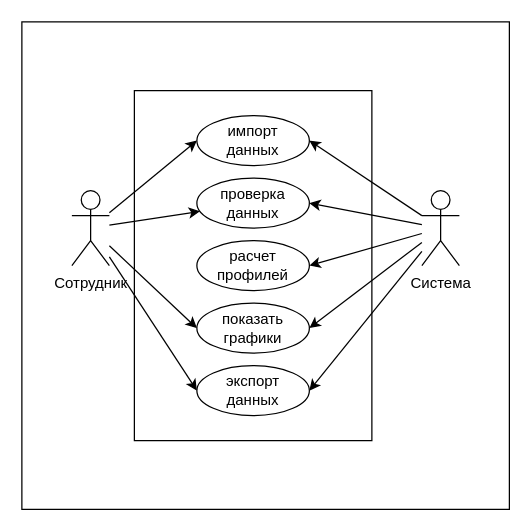
This is page "Use_case" (4 of 5) of UML diagramms.drawio from KonstantinBatrakov/BPMN_EPC_IDEF0_UML, a draw.io file, before an edit. Source tidied: cells renumbered, new cells numbered last; positions are measured from the earlier drawing's top-left corner, leaving out a move shared by most shapes. Both pictures are drawn from the tidied source at 125%, with x=0, y=0 at pixel (21, 21).
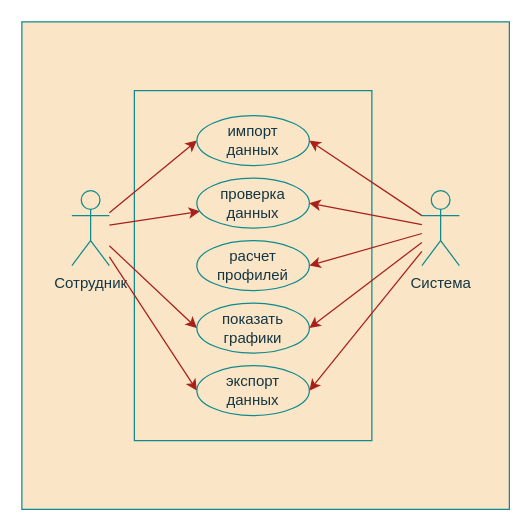
After the change.

The edit, as a diff of the source:
```diff
@@
 <mxGraphModel>
   <root>
     <mxCell id="0" />
     <mxCell id="1" parent="0" />
-    <mxCell id="2" style="rounded=0;whiteSpace=wrap;html=1;" parent="1" vertex="1">
+    <mxCell id="2" style="rounded=0;whiteSpace=wrap;html=1;labelBackgroundColor=none;fillColor=#FAE5C7;strokeColor=#0F8B8D;fontColor=#143642;" parent="1" vertex="1">
       <mxGeometry width="390" height="390" as="geometry" />
     </mxCell>
-    <mxCell id="3" style="rounded=0;whiteSpace=wrap;html=1;" parent="1" vertex="1">
+    <mxCell id="3" style="rounded=0;whiteSpace=wrap;html=1;labelBackgroundColor=none;fillColor=#FAE5C7;strokeColor=#0F8B8D;fontColor=#143642;" parent="1" vertex="1">
       <mxGeometry x="90" y="55" width="190" height="280" as="geometry" />
     </mxCell>
-    <mxCell id="4" style="rounded=0;jettySize=auto;html=1;entryX=0;entryY=0.5;entryDx=0;entryDy=0;" parent="1" edge="1" source="8" target="15">
+    <mxCell id="4" style="rounded=0;jettySize=auto;html=1;entryX=0;entryY=0.5;entryDx=0;entryDy=0;labelBackgroundColor=none;strokeColor=#A8201A;fontColor=default;" parent="1" edge="1" source="8" target="15">
       <mxGeometry relative="1" as="geometry" />
     </mxCell>
-    <mxCell id="5" style="rounded=0;jettySize=auto;html=1;" parent="1" edge="1" source="8" target="16">
+    <mxCell id="5" style="rounded=0;jettySize=auto;html=1;labelBackgroundColor=none;strokeColor=#A8201A;fontColor=default;" parent="1" edge="1" source="8" target="16">
       <mxGeometry relative="1" as="geometry" />
     </mxCell>
-    <mxCell id="6" style="jettySize=auto;html=1;entryX=0;entryY=0.5;entryDx=0;entryDy=0;" parent="1" edge="1" source="8" target="18">
+    <mxCell id="6" style="jettySize=auto;html=1;entryX=0;entryY=0.5;entryDx=0;entryDy=0;labelBackgroundColor=none;strokeColor=#A8201A;fontColor=default;" parent="1" edge="1" source="8" target="18">
       <mxGeometry relative="1" as="geometry" />
     </mxCell>
-    <mxCell id="7" style="jettySize=auto;html=1;entryX=0;entryY=0.5;entryDx=0;entryDy=0;" parent="1" edge="1" source="8" target="19">
+    <mxCell id="7" style="jettySize=auto;html=1;entryX=0;entryY=0.5;entryDx=0;entryDy=0;labelBackgroundColor=none;strokeColor=#A8201A;fontColor=default;" parent="1" edge="1" source="8" target="19">
       <mxGeometry relative="1" as="geometry" />
     </mxCell>
-    <mxCell id="8" value="Сотрудник" style="shape=umlActor;verticalLabelPosition=bottom;verticalAlign=top;html=1;outlineConnect=0;rounded=0;" parent="1" vertex="1">
+    <mxCell id="8" value="Сотрудник" style="shape=umlActor;verticalLabelPosition=bottom;verticalAlign=top;html=1;outlineConnect=0;rounded=0;labelBackgroundColor=none;fillColor=#FAE5C7;strokeColor=#0F8B8D;fontColor=#143642;" parent="1" vertex="1">
       <mxGeometry x="40" y="135" width="30" height="60" as="geometry" />
     </mxCell>
-    <mxCell id="9" style="jettySize=auto;html=1;entryX=1;entryY=0.5;entryDx=0;entryDy=0;" parent="1" edge="1" source="14" target="15">
+    <mxCell id="9" style="jettySize=auto;html=1;entryX=1;entryY=0.5;entryDx=0;entryDy=0;labelBackgroundColor=none;strokeColor=#A8201A;fontColor=default;" parent="1" edge="1" source="14" target="15">
       <mxGeometry relative="1" as="geometry" />
     </mxCell>
-    <mxCell id="10" style="jettySize=auto;html=1;entryX=1;entryY=0.5;entryDx=0;entryDy=0;" parent="1" edge="1" source="14" target="16">
+    <mxCell id="10" style="jettySize=auto;html=1;entryX=1;entryY=0.5;entryDx=0;entryDy=0;labelBackgroundColor=none;strokeColor=#A8201A;fontColor=default;" parent="1" edge="1" source="14" target="16">
       <mxGeometry relative="1" as="geometry" />
     </mxCell>
-    <mxCell id="11" style="jettySize=auto;html=1;entryX=1;entryY=0.5;entryDx=0;entryDy=0;" parent="1" edge="1" source="14" target="17">
+    <mxCell id="11" style="jettySize=auto;html=1;entryX=1;entryY=0.5;entryDx=0;entryDy=0;labelBackgroundColor=none;strokeColor=#A8201A;fontColor=default;" parent="1" edge="1" source="14" target="17">
       <mxGeometry relative="1" as="geometry" />
     </mxCell>
-    <mxCell id="12" style="jettySize=auto;html=1;entryX=1;entryY=0.5;entryDx=0;entryDy=0;" parent="1" edge="1" source="14" target="18">
+    <mxCell id="12" style="jettySize=auto;html=1;entryX=1;entryY=0.5;entryDx=0;entryDy=0;labelBackgroundColor=none;strokeColor=#A8201A;fontColor=default;" parent="1" edge="1" source="14" target="18">
       <mxGeometry relative="1" as="geometry" />
     </mxCell>
-    <mxCell id="13" style="jettySize=auto;html=1;entryX=1;entryY=0.5;entryDx=0;entryDy=0;" parent="1" edge="1" source="14" target="19">
+    <mxCell id="13" style="jettySize=auto;html=1;entryX=1;entryY=0.5;entryDx=0;entryDy=0;labelBackgroundColor=none;strokeColor=#A8201A;fontColor=default;" parent="1" edge="1" source="14" target="19">
       <mxGeometry relative="1" as="geometry" />
     </mxCell>
-    <mxCell id="14" value="Система" style="shape=umlActor;verticalLabelPosition=bottom;verticalAlign=top;html=1;outlineConnect=0;rounded=0;" parent="1" vertex="1">
+    <mxCell id="14" value="Система" style="shape=umlActor;verticalLabelPosition=bottom;verticalAlign=top;html=1;outlineConnect=0;rounded=0;labelBackgroundColor=none;fillColor=#FAE5C7;strokeColor=#0F8B8D;fontColor=#143642;" parent="1" vertex="1">
       <mxGeometry x="320" y="135" width="30" height="60" as="geometry" />
     </mxCell>
-    <mxCell id="15" value="импорт&lt;div&gt;&lt;span style=&quot;background-color: initial;&quot;&gt;данных&lt;/span&gt;&lt;/div&gt;" style="ellipse;whiteSpace=wrap;html=1;rounded=0;" parent="1" vertex="1">
+    <mxCell id="15" value="импорт&lt;div&gt;&lt;span style=&quot;background-color: initial;&quot;&gt;данных&lt;/span&gt;&lt;/div&gt;" style="ellipse;whiteSpace=wrap;html=1;rounded=0;labelBackgroundColor=none;fillColor=#FAE5C7;strokeColor=#0F8B8D;fontColor=#143642;" parent="1" vertex="1">
       <mxGeometry x="140" y="75" width="90" height="40" as="geometry" />
     </mxCell>
-    <mxCell id="16" value="проверка&lt;div&gt;&lt;div&gt;данных&lt;/div&gt;&lt;/div&gt;" style="ellipse;whiteSpace=wrap;html=1;rounded=0;" parent="1" vertex="1">
+    <mxCell id="16" value="проверка&lt;div&gt;&lt;div&gt;данных&lt;/div&gt;&lt;/div&gt;" style="ellipse;whiteSpace=wrap;html=1;rounded=0;labelBackgroundColor=none;fillColor=#FAE5C7;strokeColor=#0F8B8D;fontColor=#143642;" parent="1" vertex="1">
       <mxGeometry x="140" y="125" width="90" height="40" as="geometry" />
     </mxCell>
-    <mxCell id="17" value="расчет&lt;div&gt;профилей&lt;/div&gt;" style="ellipse;whiteSpace=wrap;html=1;rounded=0;" parent="1" vertex="1">
+    <mxCell id="17" value="расчет&lt;div&gt;профилей&lt;/div&gt;" style="ellipse;whiteSpace=wrap;html=1;rounded=0;labelBackgroundColor=none;fillColor=#FAE5C7;strokeColor=#0F8B8D;fontColor=#143642;" parent="1" vertex="1">
       <mxGeometry x="140" y="175" width="90" height="40" as="geometry" />
     </mxCell>
-    <mxCell id="18" value="экспорт&lt;div&gt;данных&lt;/div&gt;" style="ellipse;whiteSpace=wrap;html=1;rounded=0;" parent="1" vertex="1">
+    <mxCell id="18" value="экспорт&lt;div&gt;данных&lt;/div&gt;" style="ellipse;whiteSpace=wrap;html=1;rounded=0;labelBackgroundColor=none;fillColor=#FAE5C7;strokeColor=#0F8B8D;fontColor=#143642;" parent="1" vertex="1">
       <mxGeometry x="140" y="275" width="90" height="40" as="geometry" />
     </mxCell>
-    <mxCell id="19" value="показать&lt;div&gt;графики&lt;/div&gt;" style="ellipse;whiteSpace=wrap;html=1;rounded=0;" parent="1" vertex="1">
+    <mxCell id="19" value="показать&lt;div&gt;графики&lt;/div&gt;" style="ellipse;whiteSpace=wrap;html=1;rounded=0;labelBackgroundColor=none;fillColor=#FAE5C7;strokeColor=#0F8B8D;fontColor=#143642;" parent="1" vertex="1">
       <mxGeometry x="140" y="225" width="90" height="40" as="geometry" />
     </mxCell>
   </root>
 </mxGraphModel>
```
